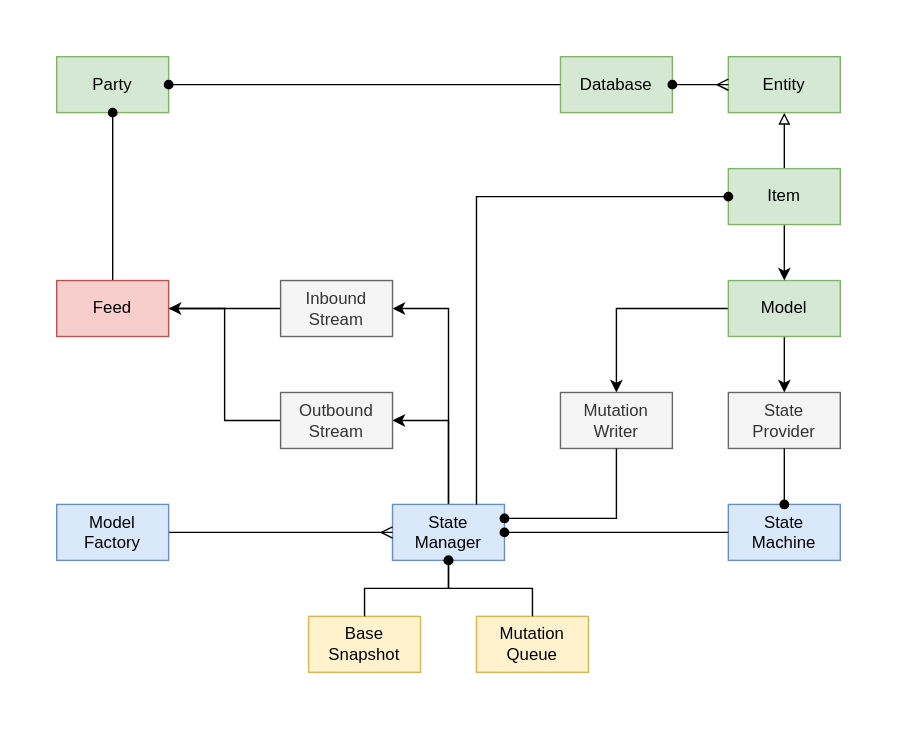
dxos/dxos keeps this draw.io diagram as docs/design/diagrams/model-state.svg. Above is the earlier version. Source tidied: cells renumbered, new cells last; positions are measured from the earlier drawing's top-left corner, leaving out a move shared by most shapes.
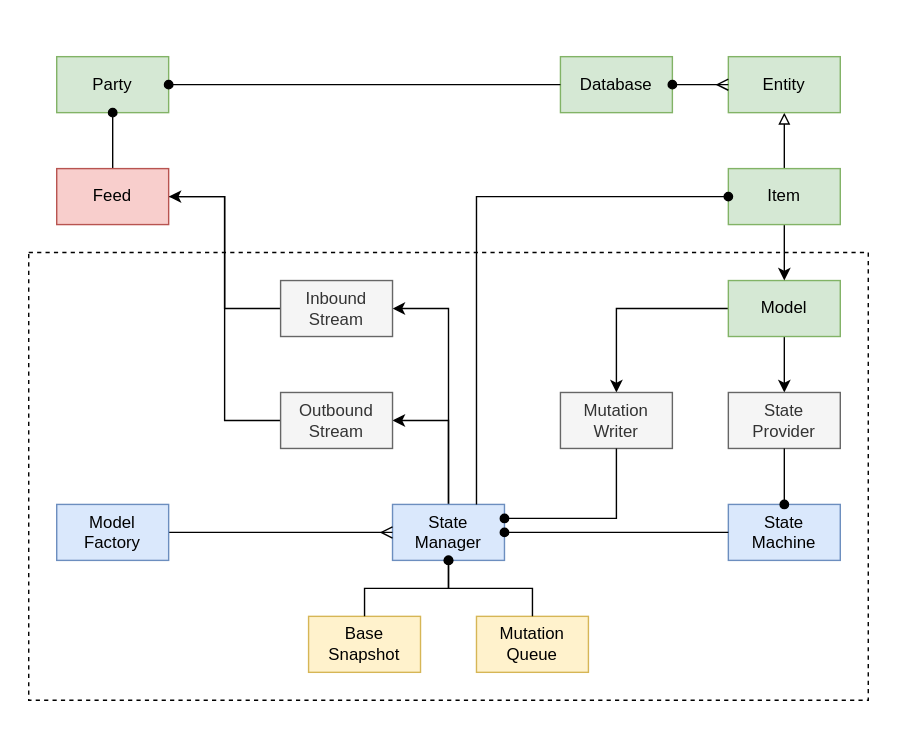
After the commit.

Change to the diagram source:
```diff
@@ -2,6 +2,12 @@
   <root>
     <mxCell id="0" />
     <mxCell id="1" parent="0" />
+    <mxCell id="35" style="rounded=0;whiteSpace=wrap;html=1;fillColor=none;strokeColor=none;" parent="1" vertex="1">
+      <mxGeometry width="640" height="520" as="geometry" />
+    </mxCell>
+    <mxCell id="36" style="rounded=0;whiteSpace=wrap;html=1;fillColor=none;dashed=1;" parent="1" vertex="1">
+      <mxGeometry x="20" y="180" width="600" height="320" as="geometry" />
+    </mxCell>
     <mxCell id="2" style="edgeStyle=orthogonalEdgeStyle;rounded=0;jettySize=auto;html=1;exitX=0.5;exitY=1;exitDx=0;exitDy=0;entryX=0.5;entryY=0;entryDx=0;entryDy=0;endArrow=classic;endFill=1;" parent="1" edge="1" source="4" target="16">
       <mxGeometry relative="1" as="geometry" />
     </mxCell>
@@ -85,7 +91,7 @@
     <mxCell id="26" style="edgeStyle=orthogonalEdgeStyle;rounded=0;jettySize=auto;html=1;startArrow=classic;startFill=1;endArrow=none;endFill=0;entryX=0;entryY=0.5;entryDx=0;entryDy=0;exitX=1;exitY=0.5;exitDx=0;exitDy=0;" parent="1" edge="1" source="32" target="27">
       <mxGeometry relative="1" as="geometry">
         <Array as="points">
-          <mxPoint x="160" y="220" />
+          <mxPoint x="160" y="140" />
           <mxPoint x="160" y="300" />
         </Array>
       </mxGeometry>
@@ -106,7 +112,7 @@
       <mxGeometry relative="1" as="geometry" />
     </mxCell>
     <mxCell id="32" value="Feed" style="rounded=0;whiteSpace=wrap;html=1;fillColor=#f8cecc;strokeColor=#b85450;" parent="1" vertex="1">
-      <mxGeometry x="40" y="200" width="80" height="40" as="geometry" />
+      <mxGeometry x="40" y="120" width="80" height="40" as="geometry" />
     </mxCell>
     <mxCell id="33" style="edgeStyle=orthogonalEdgeStyle;rounded=0;jettySize=auto;html=1;startArrow=oval;startFill=1;endArrow=none;endFill=0;entryX=0;entryY=0.5;entryDx=0;entryDy=0;" parent="1" edge="1" source="30" target="24">
       <mxGeometry relative="1" as="geometry" />
@@ -114,8 +120,5 @@
     <mxCell id="34" style="edgeStyle=orthogonalEdgeStyle;rounded=0;jettySize=auto;html=1;exitX=0;exitY=0.5;exitDx=0;exitDy=0;entryX=0.75;entryY=0;entryDx=0;entryDy=0;startArrow=oval;startFill=1;endArrow=none;endFill=0;" parent="1" edge="1" source="11" target="8">
       <mxGeometry relative="1" as="geometry" />
     </mxCell>
-    <mxCell id="35" style="rounded=0;whiteSpace=wrap;html=1;fillColor=none;strokeColor=none;" parent="1" vertex="1">
-      <mxGeometry width="640" height="520" as="geometry" />
-    </mxCell>
   </root>
 </mxGraphModel>
```
